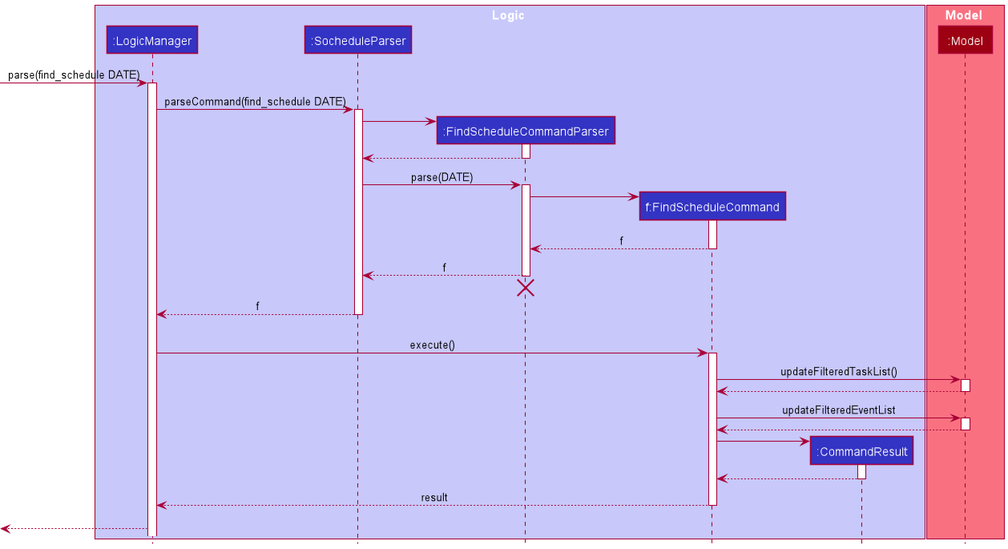
nus-cs2103-AY2021S2/tp keeps this PlantUML diagram as docs/images/FindScheduleCommandSequenceDiagram.png. Above is the earlier version. The source it was exported from:
```plantuml
@startuml
!include style.puml

box Logic LOGIC_COLOR_T1
participant ":LogicManager" as LogicManager LOGIC_COLOR
participant ":SocheduleParser" as SocheduleParser LOGIC_COLOR
participant ":FindScheduleCommandParser" as FindScheduleCommandParser LOGIC_COLOR
participant "f:FindScheduleCommand" as FindScheduleCommand LOGIC_COLOR
participant ":CommandResult" as CommandResult LOGIC_COLOR
end box

box Model MODEL_COLOR_T1
participant ":Model" as Model MODEL_COLOR
end box

[-> LogicManager : parse(find_schedule DATE)
activate LogicManager

LogicManager -> SocheduleParser : parseCommand(find_schedule DATE)
activate SocheduleParser

create FindScheduleCommandParser
SocheduleParser -> FindScheduleCommandParser
activate FindScheduleCommandParser
SocheduleParser <-- FindScheduleCommandParser
deactivate FindScheduleCommandParser

SocheduleParser -> FindScheduleCommandParser: parse(DATE)
activate FindScheduleCommandParser

create FindScheduleCommand
FindScheduleCommandParser -> FindScheduleCommand
activate FindScheduleCommand
FindScheduleCommandParser <--FindScheduleCommand : f
deactivate FindScheduleCommand

SocheduleParser <--FindScheduleCommandParser : f
deactivate FindScheduleCommandParser
FindScheduleCommandParser -[hidden]->[
destroy FindScheduleCommandParser

LogicManager <-- SocheduleParser : f
deactivate SocheduleParser
SocheduleParser -[hidden]->[

LogicManager -> FindScheduleCommand : execute()
activate FindScheduleCommand

FindScheduleCommand -> Model : updateFilteredTaskList()
activate Model
FindScheduleCommand <-- Model
deactivate Model

FindScheduleCommand -> Model : updateFilteredEventList
activate Model
FindScheduleCommand <-- Model
deactivate Model

create CommandResult
FindScheduleCommand -> CommandResult
activate CommandResult
FindScheduleCommand <-- CommandResult
deactivate CommandResult

LogicManager <-- FindScheduleCommand: result
deactivate FindScheduleCommand
FindScheduleCommand -[hidden]->[

[<-- LogicManager
@enduml
```
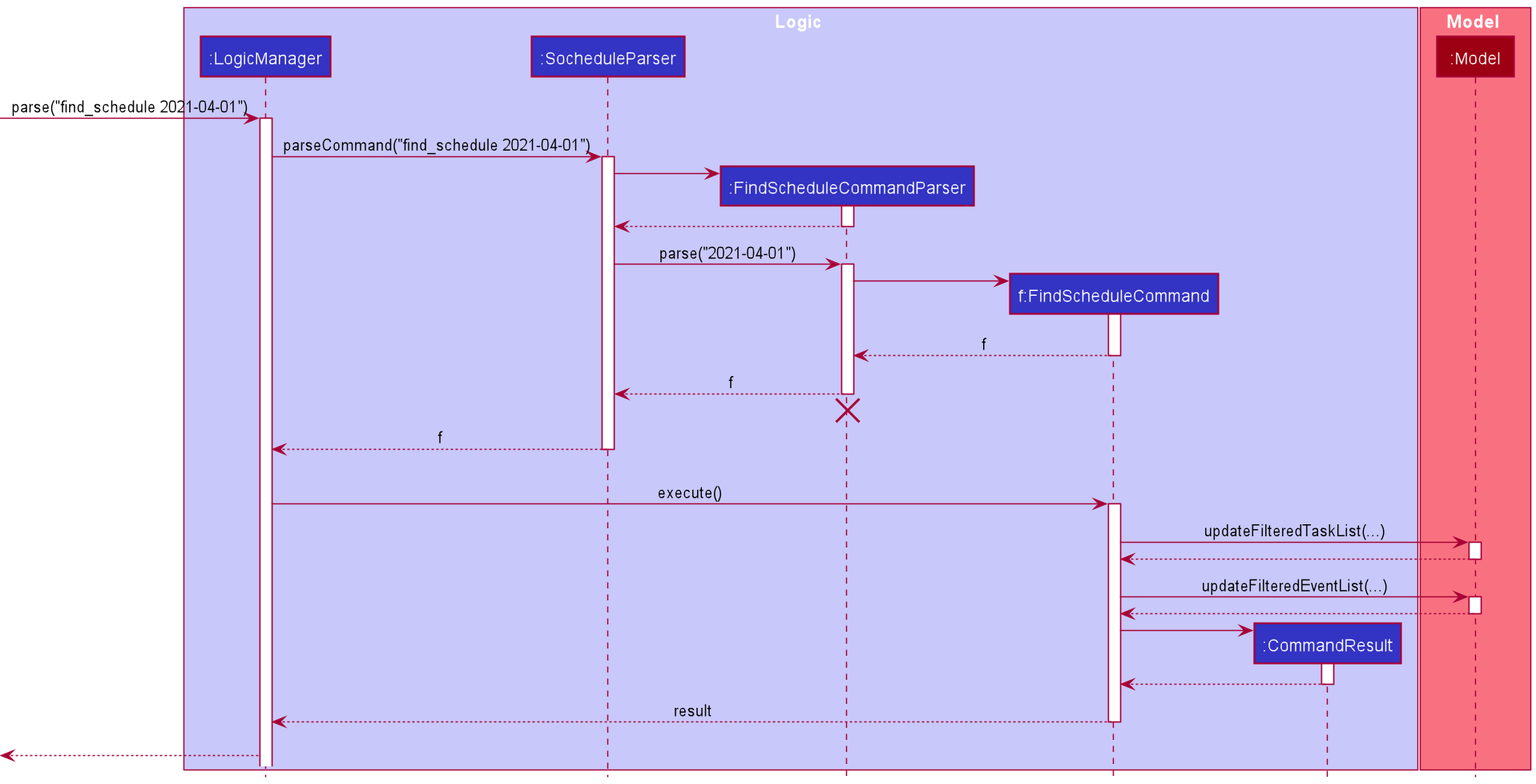
After the commit.

Commit message:
Update UML for find_schedule

What changed in the source:
```diff
@@ -13,10 +13,10 @@
 participant ":Model" as Model MODEL_COLOR
 end box
 
-[-> LogicManager : parse(find_schedule DATE)
+[-> LogicManager : parse("find_schedule 2021-04-01")
 activate LogicManager
 
-LogicManager -> SocheduleParser : parseCommand(find_schedule DATE)
+LogicManager -> SocheduleParser : parseCommand("find_schedule 2021-04-01")
 activate SocheduleParser
 
 create FindScheduleCommandParser
@@ -25,7 +25,7 @@
 SocheduleParser <-- FindScheduleCommandParser
 deactivate FindScheduleCommandParser
 
-SocheduleParser -> FindScheduleCommandParser: parse(DATE)
+SocheduleParser -> FindScheduleCommandParser: parse("2021-04-01")
 activate FindScheduleCommandParser
 
 create FindScheduleCommand
@@ -46,12 +46,12 @@
 LogicManager -> FindScheduleCommand : execute()
 activate FindScheduleCommand
 
-FindScheduleCommand -> Model : updateFilteredTaskList()
+FindScheduleCommand -> Model : updateFilteredTaskList(...)
 activate Model
 FindScheduleCommand <-- Model
 deactivate Model
 
-FindScheduleCommand -> Model : updateFilteredEventList
+FindScheduleCommand -> Model : updateFilteredEventList(...)
 activate Model
 FindScheduleCommand <-- Model
 deactivate Model
```
